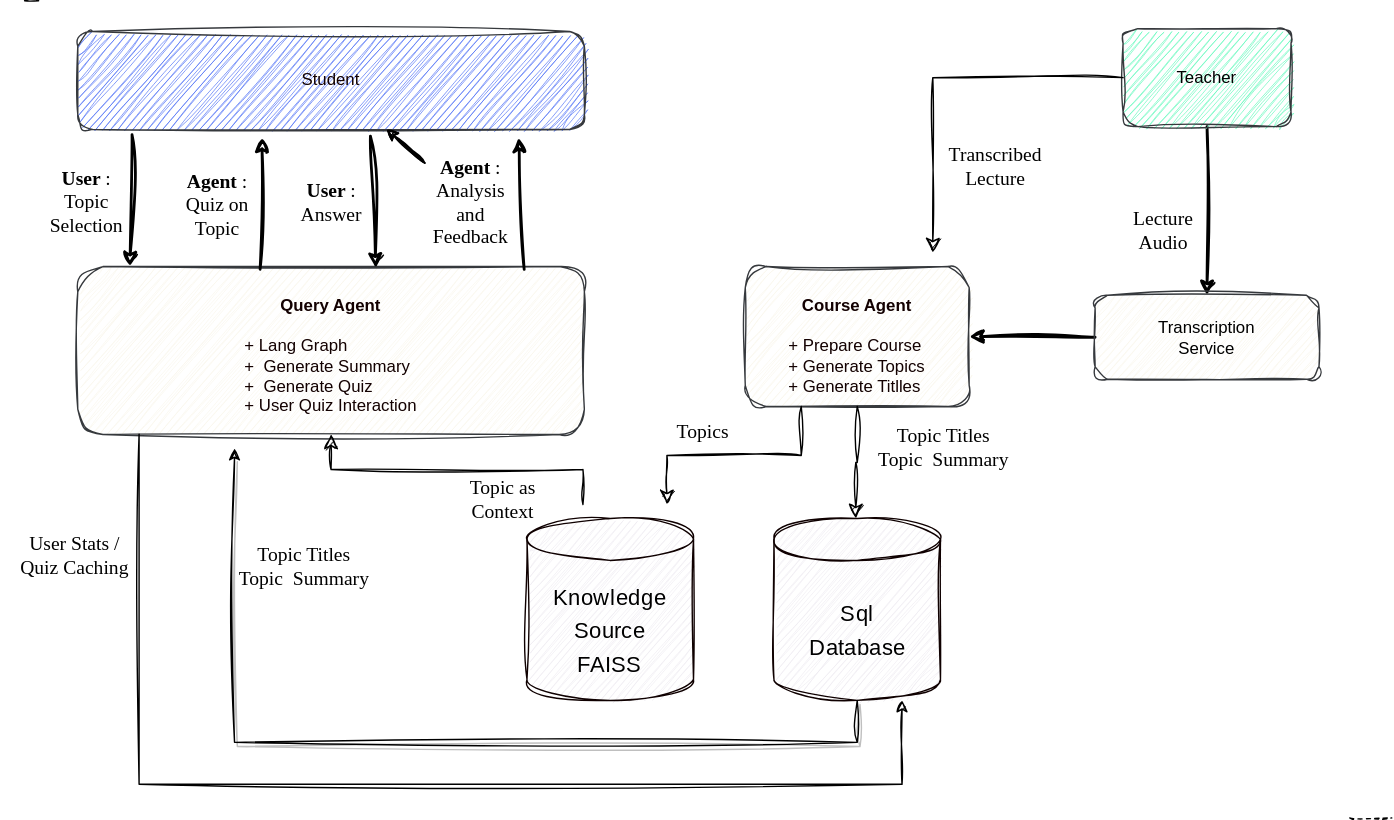
The draw.io diagram docs/SocraticLearningAgentOverview.drawio.svg in mind-engage/mind-engage-backend, before a commit. Source tidied: cells renumbered, new cells last; positions are measured from the earlier drawing's top-left corner, leaving out a move shared by most shapes. The source it was exported from:
```xml
<mxGraphModel background="#FFFFFF">
  <root>
    <mxCell id="0" />
    <mxCell id="1" parent="0" />
    <mxCell id="2" style="edgeStyle=none;html=1;entryX=0.5;entryY=0;entryDx=0;entryDy=0;strokeColor=#000000;strokeWidth=2;fontColor=#130101;sketch=1;curveFitting=1;jiggle=2;" parent="1" edge="1" source="3" target="5">
      <mxGeometry relative="1" as="geometry" />
    </mxCell>
    <mxCell id="3" value="&lt;font color=&quot;#000000&quot;&gt;Teacher&lt;br&gt;&lt;/font&gt;" style="rounded=1;whiteSpace=wrap;html=1;fillColor=#66F9BE;strokeColor=#36393d;verticalAlign=middle;sketch=1;curveFitting=1;jiggle=2;" parent="1" vertex="1">
      <mxGeometry x="802" y="20" width="120" height="70" as="geometry" />
    </mxCell>
    <mxCell id="4" style="edgeStyle=none;html=1;exitX=0;exitY=0.5;exitDx=0;exitDy=0;entryX=1;entryY=0.5;entryDx=0;entryDy=0;strokeColor=#000000;strokeWidth=2;fontColor=#130101;sketch=1;curveFitting=1;jiggle=2;" parent="1" edge="1" source="5" target="6">
      <mxGeometry relative="1" as="geometry" />
    </mxCell>
    <mxCell id="5" value="&lt;font color=&quot;#000000&quot;&gt;Transcription&lt;br&gt;Service&lt;br&gt;&lt;/font&gt;" style="rounded=1;whiteSpace=wrap;html=1;fillColor=#f9f7ed;strokeColor=#36393d;verticalAlign=middle;sketch=1;curveFitting=1;jiggle=2;" parent="1" vertex="1">
      <mxGeometry x="782" y="210.5" width="160" height="60" as="geometry" />
    </mxCell>
    <mxCell id="6" value="&lt;font&gt;&lt;br&gt;&lt;div style=&quot;&quot;&gt;&lt;span style=&quot;background-color: initial;&quot;&gt;&lt;b&gt;Course Agent&lt;/b&gt;&lt;/span&gt;&lt;/div&gt;&lt;br&gt;&lt;div style=&quot;text-align: left;&quot;&gt;&lt;span style=&quot;background-color: initial;&quot;&gt;+ Prepare Course&lt;/span&gt;&lt;/div&gt;&lt;div style=&quot;text-align: left;&quot;&gt;&lt;span style=&quot;background-color: initial;&quot;&gt;&amp;nbsp; &amp;nbsp;+ Generate Topics&lt;/span&gt;&lt;/div&gt;&lt;div style=&quot;text-align: left;&quot;&gt;&lt;span style=&quot;background-color: initial;&quot;&gt;&amp;nbsp; &amp;nbsp;+ Generate Titlles&lt;/span&gt;&lt;/div&gt;&lt;div style=&quot;text-align: left;&quot;&gt;&lt;br&gt;&lt;/div&gt;&lt;/font&gt;" style="rounded=1;whiteSpace=wrap;html=1;fillColor=#f9f7ed;strokeColor=#36393d;verticalAlign=top;align=center;fontColor=#130101;sketch=1;curveFitting=1;jiggle=2;" parent="1" vertex="1">
      <mxGeometry x="532" y="190" width="160" height="100" as="geometry" />
    </mxCell>
    <mxCell id="7" style="edgeStyle=none;html=1;exitX=0.182;exitY=1.054;exitDx=0;exitDy=0;fontColor=#130101;strokeWidth=2;strokeColor=#000000;entryX=0.175;entryY=-0.001;entryDx=0;entryDy=0;sketch=1;curveFitting=1;jiggle=2;exitPerimeter=0;entryPerimeter=0;" parent="1" edge="1">
      <mxGeometry relative="1" as="geometry">
        <mxPoint x="93.8" y="95.8" as="sourcePoint" />
        <mxPoint x="92.3" y="189.9" as="targetPoint" />
      </mxGeometry>
    </mxCell>
    <mxCell id="8" value="&lt;font&gt;Student&lt;br&gt;&lt;/font&gt;" style="rounded=1;whiteSpace=wrap;html=1;fillColor=#5475F7;strokeColor=#36393d;verticalAlign=middle;fontColor=#130101;sketch=1;curveFitting=1;jiggle=2;" parent="1" vertex="1">
      <mxGeometry x="55" y="22" width="362" height="70" as="geometry" />
    </mxCell>
    <mxCell id="9" value="&lt;font&gt;&lt;br&gt;&lt;div style=&quot;&quot;&gt;&lt;span style=&quot;background-color: initial;&quot;&gt;&lt;b&gt;Query Agent&lt;/b&gt;&lt;/span&gt;&lt;/div&gt;&lt;br&gt;&lt;div style=&quot;text-align: left;&quot;&gt;&lt;span style=&quot;background-color: initial;&quot;&gt;+ Lang Graph&lt;/span&gt;&lt;/div&gt;&lt;div style=&quot;text-align: left;&quot;&gt;&lt;span style=&quot;background-color: initial;&quot;&gt;&amp;nbsp; +&amp;nbsp; Generate Summary&lt;/span&gt;&lt;/div&gt;&lt;div style=&quot;text-align: left;&quot;&gt;&lt;span style=&quot;background-color: initial;&quot;&gt;&amp;nbsp; +&amp;nbsp; Generate Quiz&lt;/span&gt;&lt;/div&gt;&lt;div style=&quot;text-align: left;&quot;&gt;&lt;span style=&quot;background-color: initial;&quot;&gt;+ User Quiz Interaction&lt;/span&gt;&lt;/div&gt;&lt;br&gt;&lt;/font&gt;" style="rounded=1;whiteSpace=wrap;html=1;fillColor=#f9f7ed;strokeColor=#36393d;verticalAlign=top;align=center;fontColor=#130101;sketch=1;curveFitting=1;jiggle=2;" parent="1" vertex="1">
      <mxGeometry x="55" y="190" width="362" height="120" as="geometry" />
    </mxCell>
    <mxCell id="10" value="&lt;font style=&quot;font-size: 16px;&quot; color=&quot;#000000&quot;&gt;Sql&lt;br&gt;Database&lt;br&gt;&lt;/font&gt;" style="shape=cylinder3;whiteSpace=wrap;html=1;boundedLbl=1;backgroundOutline=1;size=15;sketch=1;hachureGap=4;jiggle=2;curveFitting=1;fontFamily=Architects Daughter;fontSource=https%3A%2F%2Ffonts.googleapis.com%2Fcss%3Ffamily%3DArchitects%2BDaughter;fontSize=20;fillColor=#efecf3;strokeColor=#0f0000;" parent="1" vertex="1">
      <mxGeometry x="552.5" y="370" width="119" height="130" as="geometry" />
    </mxCell>
    <mxCell id="11" value="&lt;font style=&quot;font-size: 16px;&quot; color=&quot;#000000&quot;&gt;Knowledge Source&lt;br&gt;FAISS&lt;br&gt;&lt;/font&gt;" style="shape=cylinder3;whiteSpace=wrap;html=1;boundedLbl=1;backgroundOutline=1;size=15;sketch=1;hachureGap=4;jiggle=2;curveFitting=1;fontFamily=Architects Daughter;fontSource=https%3A%2F%2Ffonts.googleapis.com%2Fcss%3Ffamily%3DArchitects%2BDaughter;fontSize=20;fillColor=#efecf3;strokeColor=#0f0000;" parent="1" vertex="1">
      <mxGeometry x="376" y="370" width="119" height="130" as="geometry" />
    </mxCell>
    <mxCell id="12" value="Topic as Context" style="text;html=1;strokeColor=none;fillColor=none;align=center;verticalAlign=middle;whiteSpace=wrap;rounded=0;sketch=1;hachureGap=4;jiggle=2;curveFitting=1;fontFamily=Times New Roman;fontSize=14;fontColor=#000000;" parent="1" vertex="1">
      <mxGeometry x="329" y="342" width="60" height="30" as="geometry" />
    </mxCell>
    <mxCell id="13" value="Topics" style="text;html=1;strokeColor=none;fillColor=none;align=center;verticalAlign=middle;whiteSpace=wrap;rounded=0;sketch=1;hachureGap=4;jiggle=2;curveFitting=1;fontFamily=Times New Roman;fontSize=14;fontColor=#000000;" parent="1" vertex="1">
      <mxGeometry x="472" y="294" width="60" height="30" as="geometry" />
    </mxCell>
    <mxCell id="14" style="edgeStyle=elbowEdgeStyle;elbow=vertical;endArrow=classic;html=1;curved=0;rounded=0;endSize=8;startSize=8;labelBorderColor=#000000;sketch=1;hachureGap=4;jiggle=2;curveFitting=1;strokeColor=#000000;fontFamily=Times New Roman;fontSize=14;fontColor=#000000;exitX=0.25;exitY=1;exitDx=0;exitDy=0;" parent="1" edge="1" source="6">
      <mxGeometry relative="1" as="geometry">
        <mxPoint x="476" y="360" as="targetPoint" />
      </mxGeometry>
    </mxCell>
    <mxCell id="15" style="edgeStyle=elbowEdgeStyle;elbow=vertical;endArrow=classic;html=1;curved=0;rounded=0;endSize=8;startSize=8;labelBorderColor=#000000;sketch=1;hachureGap=4;jiggle=2;curveFitting=1;strokeColor=#000000;fontFamily=Times New Roman;fontSize=14;fontColor=#000000;exitX=0.5;exitY=1;exitDx=0;exitDy=0;" parent="1" edge="1" source="6">
      <mxGeometry relative="1" as="geometry">
        <mxPoint x="611" y="370" as="targetPoint" />
        <Array as="points">
          <mxPoint x="771" y="330" />
        </Array>
      </mxGeometry>
    </mxCell>
    <mxCell id="16" value="&amp;nbsp;Topic Titles&lt;br&gt;Topic&amp;nbsp; Summary" style="text;html=1;strokeColor=none;fillColor=none;align=center;verticalAlign=middle;whiteSpace=wrap;rounded=0;sketch=1;hachureGap=4;jiggle=2;curveFitting=1;fontFamily=Times New Roman;fontSize=14;fontColor=#000000;" parent="1" vertex="1">
      <mxGeometry x="621" y="305" width="106" height="30" as="geometry" />
    </mxCell>
    <mxCell id="17" style="edgeStyle=elbowEdgeStyle;elbow=vertical;endArrow=classic;html=1;curved=0;rounded=0;endSize=8;startSize=8;labelBorderColor=#000000;sketch=1;hachureGap=4;jiggle=2;curveFitting=1;strokeColor=#000000;fontFamily=Times New Roman;fontSize=14;fontColor=#000000;" parent="1" edge="1" target="9">
      <mxGeometry relative="1" as="geometry">
        <mxPoint x="416" y="360" as="sourcePoint" />
      </mxGeometry>
    </mxCell>
    <mxCell id="18" value="&lt;b&gt;User&lt;/b&gt;:&lt;br&gt;Topic &lt;br&gt;Selection" style="text;html=1;strokeColor=none;fillColor=none;align=center;verticalAlign=middle;whiteSpace=wrap;rounded=0;sketch=1;hachureGap=4;jiggle=2;curveFitting=1;fontFamily=Times New Roman;fontSize=14;fontColor=#000000;" parent="1" vertex="1">
      <mxGeometry x="29" y="130" width="65" height="30" as="geometry" />
    </mxCell>
    <mxCell id="19" value="Lecture&lt;br&gt;Audio" style="text;html=1;strokeColor=none;fillColor=none;align=center;verticalAlign=middle;whiteSpace=wrap;rounded=0;sketch=1;hachureGap=4;jiggle=2;curveFitting=1;fontFamily=Times New Roman;fontSize=14;fontColor=#000000;" parent="1" vertex="1">
      <mxGeometry x="776" y="150" width="110" height="30" as="geometry" />
    </mxCell>
    <mxCell id="20" style="edgeStyle=segmentEdgeStyle;endArrow=classic;html=1;curved=0;rounded=0;endSize=8;startSize=8;labelBorderColor=#000000;sketch=1;hachureGap=4;jiggle=2;curveFitting=1;strokeColor=#000000;fontFamily=Times New Roman;fontSize=14;fontColor=#000000;exitX=0;exitY=0.5;exitDx=0;exitDy=0;" parent="1" edge="1" source="3">
      <mxGeometry relative="1" as="geometry">
        <mxPoint x="666" y="180" as="targetPoint" />
      </mxGeometry>
    </mxCell>
    <mxCell id="21" value="Transcribed&lt;br&gt;Lecture" style="text;html=1;strokeColor=none;fillColor=none;align=center;verticalAlign=middle;whiteSpace=wrap;rounded=0;sketch=1;hachureGap=4;jiggle=2;curveFitting=1;fontFamily=Times New Roman;fontSize=14;fontColor=#000000;" parent="1" vertex="1">
      <mxGeometry x="667.5" y="87" width="85.5" height="63" as="geometry" />
    </mxCell>
    <mxCell id="22" style="endArrow=none;html=1;labelBorderColor=#000000;sketch=1;hachureGap=4;jiggle=2;curveFitting=1;strokeColor=#000000;fontFamily=Times New Roman;fontSize=14;fontColor=#000000;" parent="1" edge="1">
      <mxGeometry relative="1" as="geometry">
        <mxPoint x="27" as="sourcePoint" />
        <mxPoint x="17" as="targetPoint" />
      </mxGeometry>
    </mxCell>
    <mxCell id="23" style="endArrow=none;dashed=1;html=1;labelBorderColor=#000000;sketch=1;hachureGap=4;jiggle=2;curveFitting=1;strokeColor=#000000;fontFamily=Times New Roman;fontSize=14;fontColor=#000000;" parent="1" edge="1">
      <mxGeometry relative="1" as="geometry">
        <mxPoint x="964" y="584" as="sourcePoint" />
        <mxPoint x="994" y="584" as="targetPoint" />
      </mxGeometry>
    </mxCell>
    <mxCell id="24" style="edgeStyle=none;html=1;exitX=0.182;exitY=1.054;exitDx=0;exitDy=0;fontColor=#130101;strokeWidth=2;strokeColor=#000000;entryX=0.5;entryY=0;entryDx=0;entryDy=0;sketch=1;curveFitting=1;jiggle=2;exitPerimeter=0;" parent="1" edge="1">
      <mxGeometry relative="1" as="geometry">
        <mxPoint x="264.1" y="96.8" as="sourcePoint" />
        <mxPoint x="268" y="191" as="targetPoint" />
      </mxGeometry>
    </mxCell>
    <mxCell id="25" value="&lt;b&gt;Agent&lt;/b&gt; :&lt;br&gt;Quiz on &lt;br&gt;Topic&amp;nbsp;" style="text;html=1;strokeColor=none;fillColor=none;align=center;verticalAlign=middle;whiteSpace=wrap;rounded=0;sketch=1;hachureGap=4;jiggle=2;curveFitting=1;fontFamily=Times New Roman;fontSize=14;fontColor=#000000;" parent="1" vertex="1">
      <mxGeometry x="124" y="132" width="62" height="30" as="geometry" />
    </mxCell>
    <mxCell id="26" style="edgeStyle=none;html=1;exitX=0.182;exitY=1.054;exitDx=0;exitDy=0;fontColor=#130101;strokeWidth=2;strokeColor=#000000;entryX=0.175;entryY=-0.001;entryDx=0;entryDy=0;sketch=1;curveFitting=1;jiggle=2;exitPerimeter=0;entryPerimeter=0;" parent="1" edge="1">
      <mxGeometry relative="1" as="geometry">
        <mxPoint x="185.3" y="191.9" as="sourcePoint" />
        <mxPoint x="186.8" y="97.8" as="targetPoint" />
      </mxGeometry>
    </mxCell>
    <mxCell id="27" style="edgeStyle=none;html=1;exitX=0.182;exitY=1.054;exitDx=0;exitDy=0;fontColor=#130101;strokeWidth=2;strokeColor=#000000;entryX=0.5;entryY=0;entryDx=0;entryDy=0;sketch=1;curveFitting=1;jiggle=2;exitPerimeter=0;" parent="1" edge="1">
      <mxGeometry relative="1" as="geometry">
        <mxPoint x="374" y="192" as="sourcePoint" />
        <mxPoint x="370.1" y="97.8" as="targetPoint" />
      </mxGeometry>
    </mxCell>
    <mxCell id="28" value="&lt;b&gt;User&lt;/b&gt; :&lt;br&gt;Answer&amp;nbsp;" style="text;html=1;strokeColor=none;fillColor=none;align=center;verticalAlign=middle;whiteSpace=wrap;rounded=0;sketch=1;hachureGap=4;jiggle=2;curveFitting=1;fontFamily=Times New Roman;fontSize=14;fontColor=#000000;" parent="1" vertex="1">
      <mxGeometry x="198" y="130" width="77" height="30" as="geometry" />
    </mxCell>
    <mxCell id="29" style="edgeStyle=none;sketch=1;hachureGap=4;jiggle=2;curveFitting=1;html=1;fontFamily=Architects Daughter;fontSource=https%3A%2F%2Ffonts.googleapis.com%2Fcss%3Ffamily%3DArchitects%2BDaughter;fontSize=16;" parent="1" edge="1" source="32" target="8">
      <mxGeometry relative="1" as="geometry" />
    </mxCell>
    <mxCell id="30" style="edgeStyle=none;sketch=1;hachureGap=4;jiggle=2;curveFitting=1;html=1;fontFamily=Architects Daughter;fontSource=https%3A%2F%2Ffonts.googleapis.com%2Fcss%3Ffamily%3DArchitects%2BDaughter;fontSize=16;" parent="1" edge="1" source="32" target="8">
      <mxGeometry relative="1" as="geometry" />
    </mxCell>
    <mxCell id="31" style="edgeStyle=none;sketch=1;hachureGap=4;jiggle=2;curveFitting=1;html=1;fontFamily=Architects Daughter;fontSource=https%3A%2F%2Ffonts.googleapis.com%2Fcss%3Ffamily%3DArchitects%2BDaughter;fontSize=16;" parent="1" edge="1" source="32" target="8">
      <mxGeometry relative="1" as="geometry" />
    </mxCell>
    <mxCell id="32" value="&lt;b&gt;Agent&lt;/b&gt; :&lt;br&gt;Analysis and&lt;br&gt;Feedback" style="text;html=1;strokeColor=none;fillColor=none;align=center;verticalAlign=middle;whiteSpace=wrap;rounded=0;sketch=1;hachureGap=4;jiggle=2;curveFitting=1;fontFamily=Times New Roman;fontSize=14;fontColor=#000000;" parent="1" vertex="1">
      <mxGeometry x="303" y="109" width="66" height="72" as="geometry" />
    </mxCell>
    <mxCell id="33" style="edgeStyle=elbowEdgeStyle;elbow=vertical;endArrow=classic;html=1;curved=0;rounded=0;labelBorderColor=#000000;sketch=1;hachureGap=4;jiggle=2;curveFitting=1;strokeColor=#000000;fontFamily=Times New Roman;fontSize=16;fontColor=#000000;entryX=0.769;entryY=1;entryDx=0;entryDy=0;entryPerimeter=0;endFill=1;exitX=0.121;exitY=0.999;exitDx=0;exitDy=0;exitPerimeter=0;startArrow=none;startFill=0;" parent="1" edge="1" source="9" target="10">
      <mxGeometry relative="1" as="geometry">
        <Array as="points">
          <mxPoint x="357" y="560" />
        </Array>
      </mxGeometry>
    </mxCell>
    <mxCell id="34" style="edgeStyle=elbowEdgeStyle;elbow=vertical;endArrow=none;html=1;curved=0;rounded=0;labelBorderColor=#000000;sketch=1;hachureGap=4;jiggle=2;curveFitting=1;strokeColor=#000000;fontFamily=Times New Roman;fontSize=16;fontColor=#000000;entryX=0.5;entryY=1;entryDx=0;entryDy=0;entryPerimeter=0;endFill=0;shadow=1;strokeWidth=1;targetPerimeterSpacing=5;startArrow=classic;startFill=1;" parent="1" edge="1" target="10">
      <mxGeometry relative="1" as="geometry">
        <mxPoint x="167" y="320" as="sourcePoint" />
        <Array as="points">
          <mxPoint x="377" y="530" />
        </Array>
      </mxGeometry>
    </mxCell>
    <mxCell id="35" value="&amp;nbsp;Topic Titles&lt;br&gt;Topic&amp;nbsp; Summary" style="text;html=1;strokeColor=none;fillColor=none;align=center;verticalAlign=middle;whiteSpace=wrap;rounded=0;sketch=1;hachureGap=4;jiggle=2;curveFitting=1;fontFamily=Times New Roman;fontSize=14;fontColor=#000000;" parent="1" vertex="1">
      <mxGeometry x="164" y="390" width="106" height="30" as="geometry" />
    </mxCell>
    <mxCell id="36" value="User Stats /&lt;br&gt;Quiz Caching" style="text;html=1;strokeColor=none;fillColor=none;align=center;verticalAlign=middle;whiteSpace=wrap;rounded=0;sketch=1;hachureGap=4;jiggle=2;curveFitting=1;fontFamily=Times New Roman;fontSize=14;fontColor=#000000;" parent="1" vertex="1">
      <mxGeometry y="382" width="106" height="30" as="geometry" />
    </mxCell>
  </root>
</mxGraphModel>
```
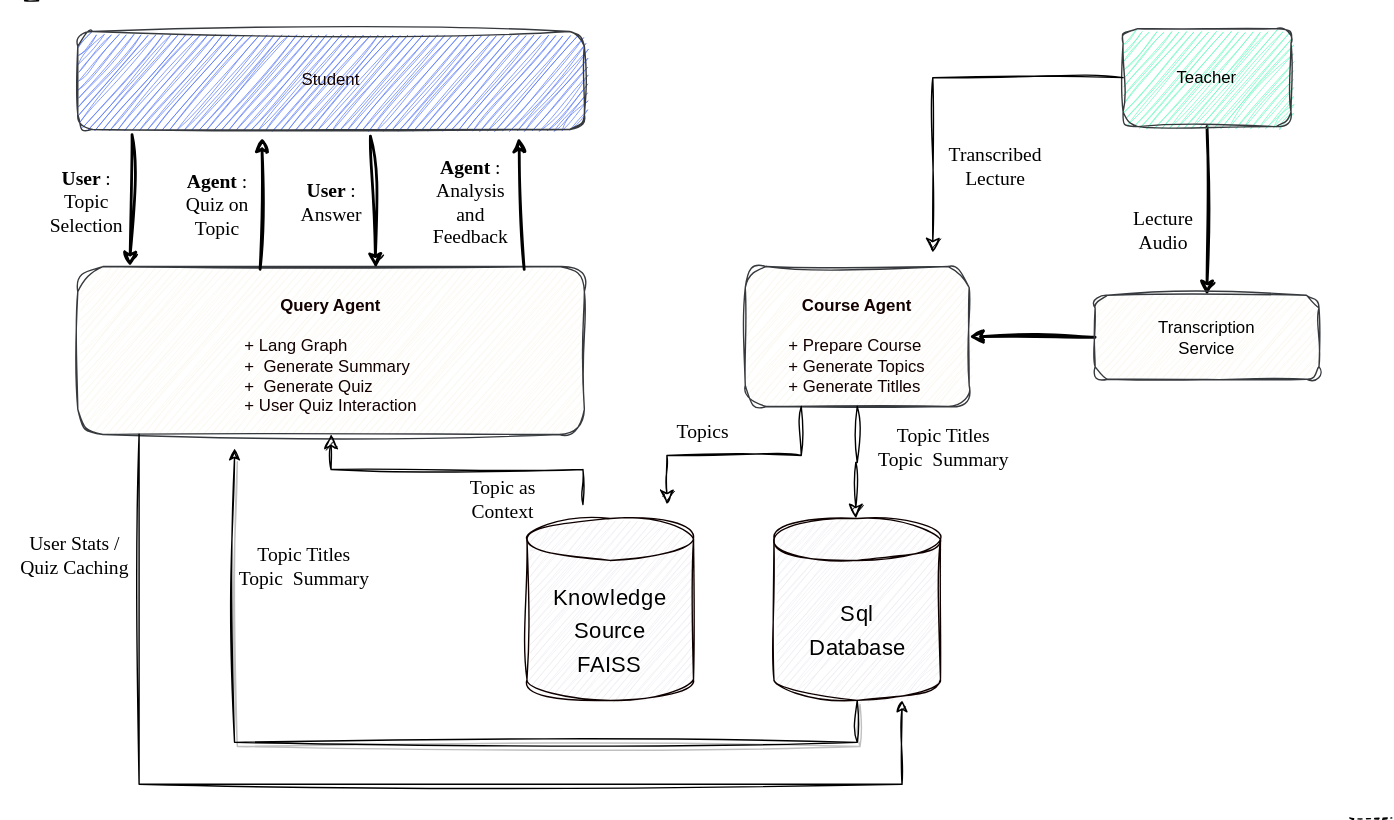
The same file after the commit.

The edit, as a diff of the source:
```diff
@@ -112,15 +112,6 @@
     <mxCell id="28" value="&lt;b&gt;User&lt;/b&gt; :&lt;br&gt;Answer&amp;nbsp;" style="text;html=1;strokeColor=none;fillColor=none;align=center;verticalAlign=middle;whiteSpace=wrap;rounded=0;sketch=1;hachureGap=4;jiggle=2;curveFitting=1;fontFamily=Times New Roman;fontSize=14;fontColor=#000000;" parent="1" vertex="1">
       <mxGeometry x="198" y="130" width="77" height="30" as="geometry" />
     </mxCell>
-    <mxCell id="29" style="edgeStyle=none;sketch=1;hachureGap=4;jiggle=2;curveFitting=1;html=1;fontFamily=Architects Daughter;fontSource=https%3A%2F%2Ffonts.googleapis.com%2Fcss%3Ffamily%3DArchitects%2BDaughter;fontSize=16;" parent="1" edge="1" source="32" target="8">
-      <mxGeometry relative="1" as="geometry" />
-    </mxCell>
-    <mxCell id="30" style="edgeStyle=none;sketch=1;hachureGap=4;jiggle=2;curveFitting=1;html=1;fontFamily=Architects Daughter;fontSource=https%3A%2F%2Ffonts.googleapis.com%2Fcss%3Ffamily%3DArchitects%2BDaughter;fontSize=16;" parent="1" edge="1" source="32" target="8">
-      <mxGeometry relative="1" as="geometry" />
-    </mxCell>
-    <mxCell id="31" style="edgeStyle=none;sketch=1;hachureGap=4;jiggle=2;curveFitting=1;html=1;fontFamily=Architects Daughter;fontSource=https%3A%2F%2Ffonts.googleapis.com%2Fcss%3Ffamily%3DArchitects%2BDaughter;fontSize=16;" parent="1" edge="1" source="32" target="8">
-      <mxGeometry relative="1" as="geometry" />
-    </mxCell>
     <mxCell id="32" value="&lt;b&gt;Agent&lt;/b&gt; :&lt;br&gt;Analysis and&lt;br&gt;Feedback" style="text;html=1;strokeColor=none;fillColor=none;align=center;verticalAlign=middle;whiteSpace=wrap;rounded=0;sketch=1;hachureGap=4;jiggle=2;curveFitting=1;fontFamily=Times New Roman;fontSize=14;fontColor=#000000;" parent="1" vertex="1">
       <mxGeometry x="303" y="109" width="66" height="72" as="geometry" />
     </mxCell>
```
